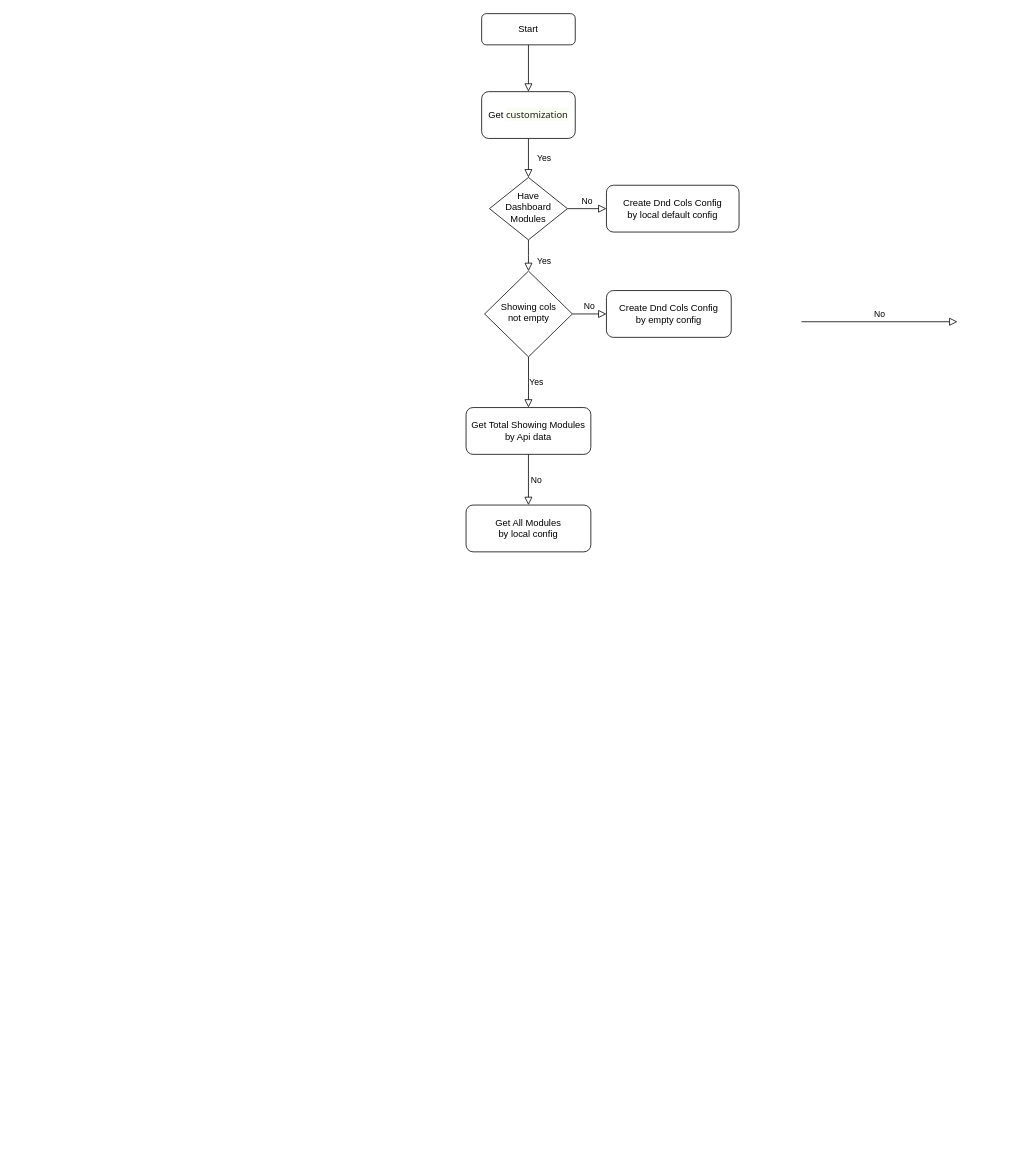
This is Dnd Api Data Combine With Local Config.drawio from SmileSB1O1/draw-active, a draw.io file, before an edit. Source tidied: cells renumbered, new cells numbered last; positions are measured from the earlier drawing's top-left corner, leaving out a move shared by most shapes. Both pictures are drawn from the tidied source at 78%, with x=0, y=0 at pixel (466, 13).
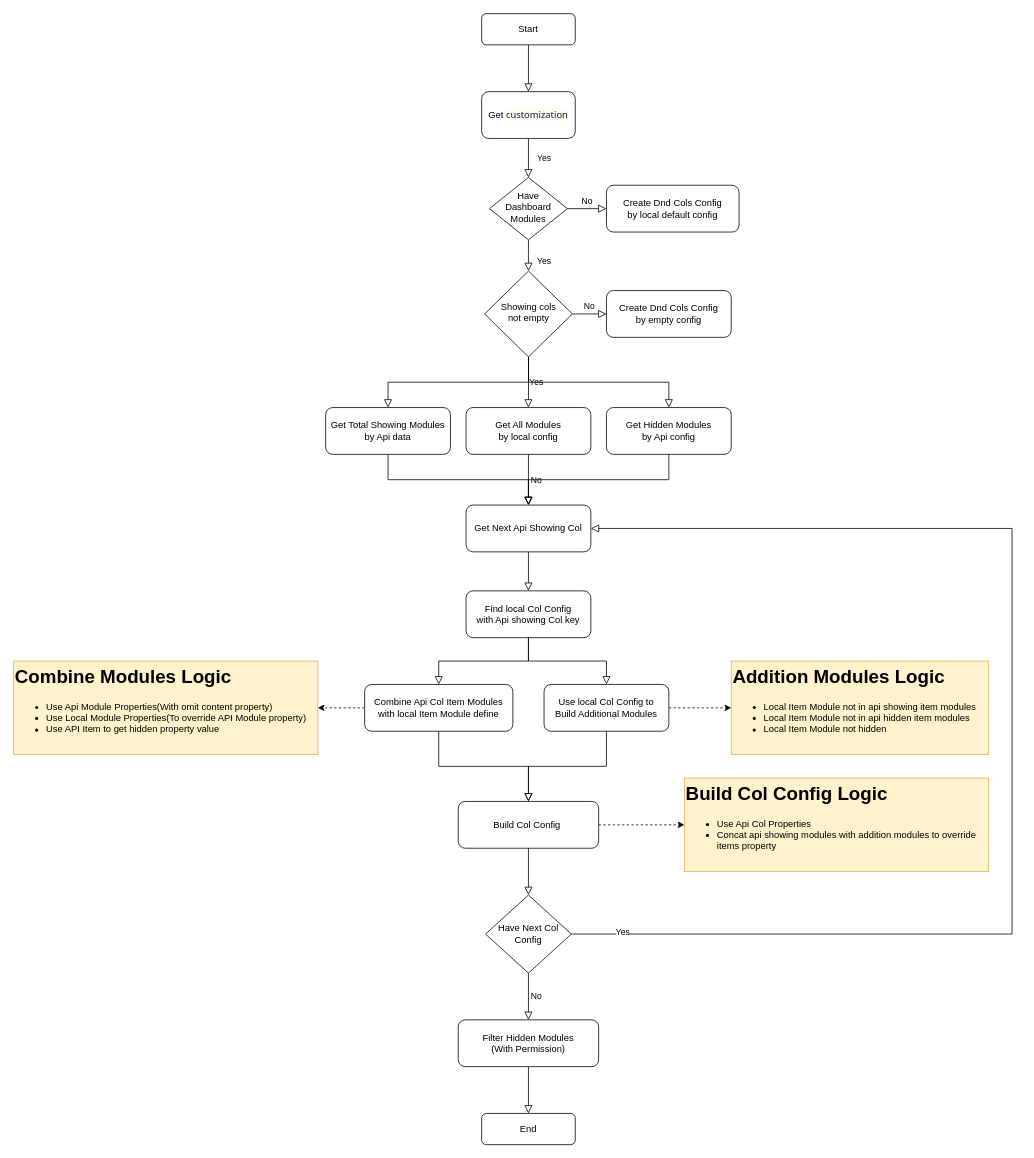
The same page after the edit.

Unchanged cells that the change refers to:
```xml
<mxCell id="10" value="Showing cols&lt;br&gt;not empty" style="rhombus;whiteSpace=wrap;html=1;shadow=0;fontFamily=Helvetica;fontSize=12;align=center;strokeWidth=1;spacing=6;spacingTop=-4;" parent="1" vertex="1">
  <mxGeometry x="23.8" y="330" width="112.5" height="110" as="geometry" />
</mxCell>
```

What changed in the source:
```diff
@@
-    <mxCell id="13" value="No" style="edgeStyle=orthogonalEdgeStyle;rounded=0;html=1;jettySize=auto;orthogonalLoop=1;fontSize=11;endArrow=block;endFill=0;endSize=8;strokeWidth=1;shadow=0;labelBackgroundColor=none;" parent="1" edge="1">
-      <mxGeometry y="10" relative="1" as="geometry">
-        <mxPoint x="430" y="395" as="sourcePoint" />
-        <mxPoint x="630" y="395" as="targetPoint" />
-      </mxGeometry>
-    </mxCell>
@@
-    <mxCell id="15" value="Get Total Showing Modules&lt;br&gt;by Api data" style="rounded=1;whiteSpace=wrap;html=1;" parent="1" vertex="1">
+    <mxCell id="15" value="Get All Modules&lt;br&gt;by local config" style="rounded=1;whiteSpace=wrap;html=1;" parent="1" vertex="1">
       <mxGeometry y="505" width="160" height="60" as="geometry" />
     </mxCell>
@@
-    <mxCell id="17" value="Get All Modules&lt;br&gt;by local config" style="rounded=1;whiteSpace=wrap;html=1;" parent="1" vertex="1">
+    <mxCell id="17" value="Get Next Api Showing Col" style="rounded=1;whiteSpace=wrap;html=1;" parent="1" vertex="1">
       <mxGeometry y="630" width="160" height="60" as="geometry" />
     </mxCell>
+    <mxCell id="18" value="Get Hidden Modules&lt;br&gt;by Api config" style="rounded=1;whiteSpace=wrap;html=1;" parent="1" vertex="1">
+      <mxGeometry x="180" y="505" width="160" height="60" as="geometry" />
+    </mxCell>
+    <mxCell id="19" value="Get Total Showing Modules&lt;br&gt;by Api data" style="rounded=1;whiteSpace=wrap;html=1;" parent="1" vertex="1">
+      <mxGeometry x="-180" y="505" width="160" height="60" as="geometry" />
+    </mxCell>
+    <mxCell id="20" style="edgeStyle=orthogonalEdgeStyle;rounded=0;html=1;jettySize=auto;fontSize=11;endArrow=block;endFill=0;endSize=8;strokeWidth=1;shadow=0;labelBackgroundColor=none;exitX=0.5;exitY=1;exitDx=0;exitDy=0;entryX=0.5;entryY=0;entryDx=0;entryDy=0;" parent="1" edge="1" source="10" target="19">
+      <mxGeometry y="10" relative="1" as="geometry" />
+    </mxCell>
+    <mxCell id="21" style="edgeStyle=orthogonalEdgeStyle;rounded=0;html=1;jettySize=auto;fontSize=11;endArrow=block;endFill=0;endSize=8;strokeWidth=1;shadow=0;labelBackgroundColor=none;exitX=0.5;exitY=1;exitDx=0;exitDy=0;entryX=0.5;entryY=0;entryDx=0;entryDy=0;" parent="1" edge="1" source="10" target="18">
+      <mxGeometry y="10" relative="1" as="geometry" />
+    </mxCell>
+    <mxCell id="22" style="edgeStyle=orthogonalEdgeStyle;rounded=0;html=1;jettySize=auto;fontSize=11;endArrow=block;endFill=0;endSize=8;strokeWidth=1;shadow=0;labelBackgroundColor=none;exitX=0.5;exitY=1;exitDx=0;exitDy=0;entryX=0.5;entryY=0;entryDx=0;entryDy=0;" parent="1" edge="1" source="19" target="17">
+      <mxGeometry y="10" relative="1" as="geometry" />
+    </mxCell>
+    <mxCell id="23" style="edgeStyle=orthogonalEdgeStyle;rounded=0;html=1;jettySize=auto;fontSize=11;endArrow=block;endFill=0;endSize=8;strokeWidth=1;shadow=0;labelBackgroundColor=none;exitX=0.5;exitY=1;exitDx=0;exitDy=0;entryX=0.5;entryY=0;entryDx=0;entryDy=0;" parent="1" edge="1" source="18" target="17">
+      <mxGeometry y="10" relative="1" as="geometry" />
+    </mxCell>
+    <mxCell id="24" value="Find local Col Config&lt;br&gt;with Api showing Col key" style="rounded=1;whiteSpace=wrap;html=1;" parent="1" vertex="1">
+      <mxGeometry y="740" width="160" height="60" as="geometry" />
+    </mxCell>
+    <mxCell id="25" style="edgeStyle=orthogonalEdgeStyle;rounded=0;html=1;jettySize=auto;fontSize=11;endArrow=block;endFill=0;endSize=8;strokeWidth=1;shadow=0;labelBackgroundColor=none;exitX=0.5;exitY=1;exitDx=0;exitDy=0;entryX=0.5;entryY=0;entryDx=0;entryDy=0;" parent="1" edge="1" source="17" target="24">
+      <mxGeometry y="10" relative="1" as="geometry" />
+    </mxCell>
+    <mxCell id="26" style="edgeStyle=orthogonalEdgeStyle;rounded=0;jettySize=auto;html=1;exitX=1;exitY=0.5;exitDx=0;exitDy=0;entryX=0;entryY=0.5;entryDx=0;entryDy=0;dashed=1;" parent="1" edge="1" source="27" target="29">
+      <mxGeometry relative="1" as="geometry" />
+    </mxCell>
+    <mxCell id="27" value="Use local Col Config to &lt;br&gt;Build Additional Modules" style="rounded=1;whiteSpace=wrap;html=1;" parent="1" vertex="1">
+      <mxGeometry x="100" y="860" width="160" height="60" as="geometry" />
+    </mxCell>
+    <mxCell id="28" style="edgeStyle=orthogonalEdgeStyle;rounded=0;html=1;jettySize=auto;fontSize=11;endArrow=block;endFill=0;endSize=8;strokeWidth=1;shadow=0;labelBackgroundColor=none;exitX=0.5;exitY=1;exitDx=0;exitDy=0;entryX=0.5;entryY=0;entryDx=0;entryDy=0;" parent="1" edge="1" source="24" target="27">
+      <mxGeometry y="10" relative="1" as="geometry" />
+    </mxCell>
+    <mxCell id="29" value="&lt;h1 style=&quot;margin-top: 0px;&quot;&gt;Addition Modules Logic&lt;/h1&gt;&lt;p&gt;&lt;/p&gt;&lt;ul&gt;&lt;li&gt;Local Item Module not in api showing item modules&lt;/li&gt;&lt;li&gt;Local Item Module not in api hidden item modules&lt;/li&gt;&lt;li&gt;Local Item Module not hidden&lt;/li&gt;&lt;/ul&gt;&lt;p&gt;&lt;/p&gt;" style="text;html=1;whiteSpace=wrap;overflow=hidden;rounded=0;fillColor=#fff2cc;strokeColor=#d6b656;" parent="1" vertex="1">
+      <mxGeometry x="340" y="830" width="330" height="120" as="geometry" />
+    </mxCell>
+    <mxCell id="30" style="edgeStyle=orthogonalEdgeStyle;rounded=0;jettySize=auto;html=1;exitX=0;exitY=0.5;exitDx=0;exitDy=0;entryX=1;entryY=0.5;entryDx=0;entryDy=0;dashed=1;" parent="1" edge="1" source="31" target="33">
+      <mxGeometry relative="1" as="geometry" />
+    </mxCell>
+    <mxCell id="31" value="Combine Api Col Item Modules &lt;br&gt;with local Item Module define" style="rounded=1;whiteSpace=wrap;html=1;" parent="1" vertex="1">
+      <mxGeometry x="-130" y="860" width="190" height="60" as="geometry" />
+    </mxCell>
+    <mxCell id="32" style="edgeStyle=orthogonalEdgeStyle;rounded=0;html=1;jettySize=auto;fontSize=11;endArrow=block;endFill=0;endSize=8;strokeWidth=1;shadow=0;labelBackgroundColor=none;exitX=0.5;exitY=1;exitDx=0;exitDy=0;entryX=0.5;entryY=0;entryDx=0;entryDy=0;" parent="1" edge="1" source="24" target="31">
+      <mxGeometry y="10" relative="1" as="geometry" />
+    </mxCell>
+    <mxCell id="33" value="&lt;h1 style=&quot;margin-top: 0px;&quot;&gt;Combine Modules Logic&lt;/h1&gt;&lt;p&gt;&lt;/p&gt;&lt;ul&gt;&lt;li&gt;Use Api Module Properties(With omit content property)&lt;/li&gt;&lt;li&gt;Use Local Module Properties(To override API Module property)&lt;/li&gt;&lt;li&gt;Use API Item to get hidden property value&lt;/li&gt;&lt;/ul&gt;&lt;p&gt;&lt;/p&gt;" style="text;html=1;whiteSpace=wrap;overflow=hidden;rounded=0;fillColor=#fff2cc;strokeColor=#d6b656;" parent="1" vertex="1">
+      <mxGeometry x="-580" y="830" width="390" height="120" as="geometry" />
+    </mxCell>
+    <mxCell id="34" style="edgeStyle=orthogonalEdgeStyle;rounded=0;jettySize=auto;html=1;exitX=1;exitY=0.5;exitDx=0;exitDy=0;dashed=1;" parent="1" edge="1" source="35" target="38">
+      <mxGeometry relative="1" as="geometry" />
+    </mxCell>
+    <mxCell id="35" value="Build Col Config&amp;nbsp;" style="rounded=1;whiteSpace=wrap;html=1;" parent="1" vertex="1">
+      <mxGeometry x="-10" y="1010" width="180" height="60" as="geometry" />
+    </mxCell>
+    <mxCell id="36" style="edgeStyle=orthogonalEdgeStyle;rounded=0;html=1;jettySize=auto;fontSize=11;endArrow=block;endFill=0;endSize=8;strokeWidth=1;shadow=0;labelBackgroundColor=none;exitX=0.5;exitY=1;exitDx=0;exitDy=0;" parent="1" edge="1" source="27" target="35">
+      <mxGeometry y="10" relative="1" as="geometry" />
+    </mxCell>
+    <mxCell id="37" style="edgeStyle=orthogonalEdgeStyle;rounded=0;html=1;jettySize=auto;fontSize=11;endArrow=block;endFill=0;endSize=8;strokeWidth=1;shadow=0;labelBackgroundColor=none;exitX=0.5;exitY=1;exitDx=0;exitDy=0;entryX=0.5;entryY=0;entryDx=0;entryDy=0;" parent="1" edge="1" source="31" target="35">
+      <mxGeometry y="10" relative="1" as="geometry" />
+    </mxCell>
+    <mxCell id="38" value="&lt;h1 style=&quot;margin-top: 0px;&quot;&gt;Build Col Config Logic&lt;/h1&gt;&lt;p&gt;&lt;/p&gt;&lt;ul&gt;&lt;li&gt;Use Api Col Properties&lt;/li&gt;&lt;li&gt;Concat api showing modules with addition modules to override items property&lt;/li&gt;&lt;/ul&gt;&lt;p&gt;&lt;/p&gt;" style="text;html=1;whiteSpace=wrap;overflow=hidden;rounded=0;fillColor=#fff2cc;strokeColor=#d6b656;" parent="1" vertex="1">
+      <mxGeometry x="280" y="980" width="390" height="120" as="geometry" />
+    </mxCell>
+    <mxCell id="39" style="edgeStyle=orthogonalEdgeStyle;rounded=0;html=1;jettySize=auto;fontSize=11;endArrow=block;endFill=0;endSize=8;strokeWidth=1;shadow=0;labelBackgroundColor=none;exitX=0.5;exitY=1;exitDx=0;exitDy=0;entryX=0.5;entryY=0;entryDx=0;entryDy=0;" parent="1" edge="1" source="35" target="40">
+      <mxGeometry y="10" relative="1" as="geometry" />
+    </mxCell>
+    <mxCell id="40" value="Have Next Col Config" style="rhombus;whiteSpace=wrap;html=1;" parent="1" vertex="1">
+      <mxGeometry x="25" y="1130" width="110" height="100" as="geometry" />
+    </mxCell>
+    <mxCell id="41" style="edgeStyle=orthogonalEdgeStyle;rounded=0;html=1;jettySize=auto;fontSize=11;endArrow=block;endFill=0;endSize=8;strokeWidth=1;shadow=0;labelBackgroundColor=none;exitX=0.5;exitY=1;exitDx=0;exitDy=0;entryX=0.5;entryY=0;entryDx=0;entryDy=0;" parent="1" edge="1" source="44" target="45">
+      <mxGeometry y="10" relative="1" as="geometry" />
+    </mxCell>
+    <mxCell id="42" style="edgeStyle=orthogonalEdgeStyle;rounded=0;html=1;jettySize=auto;fontSize=11;endArrow=block;endFill=0;endSize=8;strokeWidth=1;shadow=0;labelBackgroundColor=none;exitX=1;exitY=0.5;exitDx=0;exitDy=0;entryX=1;entryY=0.5;entryDx=0;entryDy=0;" parent="1" edge="1" source="40" target="17">
+      <mxGeometry y="10" relative="1" as="geometry">
+        <Array as="points">
+          <mxPoint x="700" y="1180" />
+          <mxPoint x="700" y="660" />
+        </Array>
+      </mxGeometry>
+    </mxCell>
+    <mxCell id="43" value="Yes" style="edgeLabel;html=1;align=center;verticalAlign=middle;" parent="42" vertex="1">
+      <mxGeometry x="-0.92" y="3" relative="1" as="geometry" />
+    </mxCell>
+    <mxCell id="13" value="No" style="edgeStyle=orthogonalEdgeStyle;rounded=0;html=1;jettySize=auto;fontSize=11;endArrow=block;endFill=0;endSize=8;strokeWidth=1;shadow=0;labelBackgroundColor=none;exitX=0.5;exitY=1;exitDx=0;exitDy=0;entryX=0.5;entryY=0;entryDx=0;entryDy=0;" parent="1" edge="1" source="40" target="44">
+      <mxGeometry y="10" relative="1" as="geometry" />
+    </mxCell>
+    <mxCell id="44" value="Filter Hidden Modules&lt;br&gt;(With Permission)" style="rounded=1;whiteSpace=wrap;html=1;" parent="1" vertex="1">
+      <mxGeometry x="-10" y="1290" width="180" height="60" as="geometry" />
+    </mxCell>
+    <mxCell id="45" value="End" style="rounded=1;whiteSpace=wrap;html=1;fontSize=12;glass=0;strokeWidth=1;shadow=0;" parent="1" vertex="1">
+      <mxGeometry x="20" y="1410" width="120" height="40" as="geometry" />
+    </mxCell>
```
